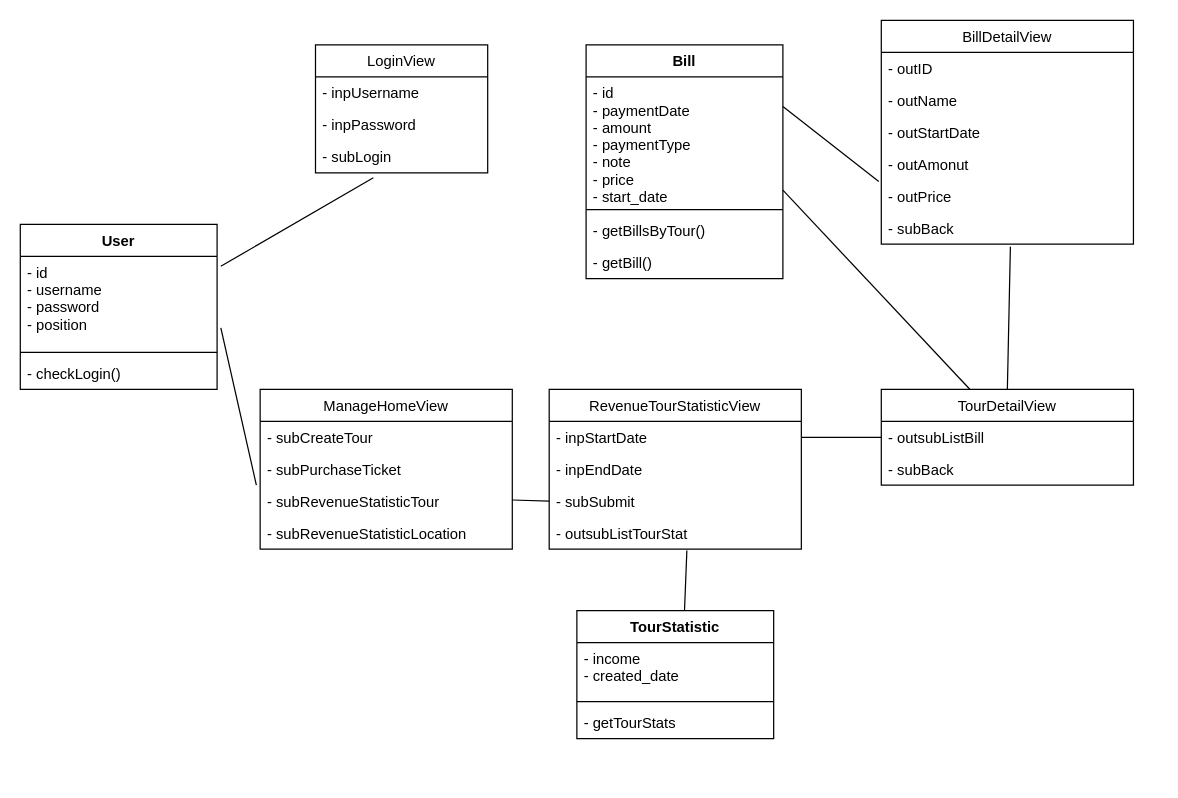
This is bieudolop.drawio from thanhlongtld/classical_software_engineering, a draw.io file, before an edit. Source tidied: cells renumbered, new cells numbered last; positions are measured from the earlier drawing's top-left corner, leaving out a move shared by most shapes. Both pictures are drawn from the tidied source at 123%, with x=0, y=0 at pixel (20, 20).
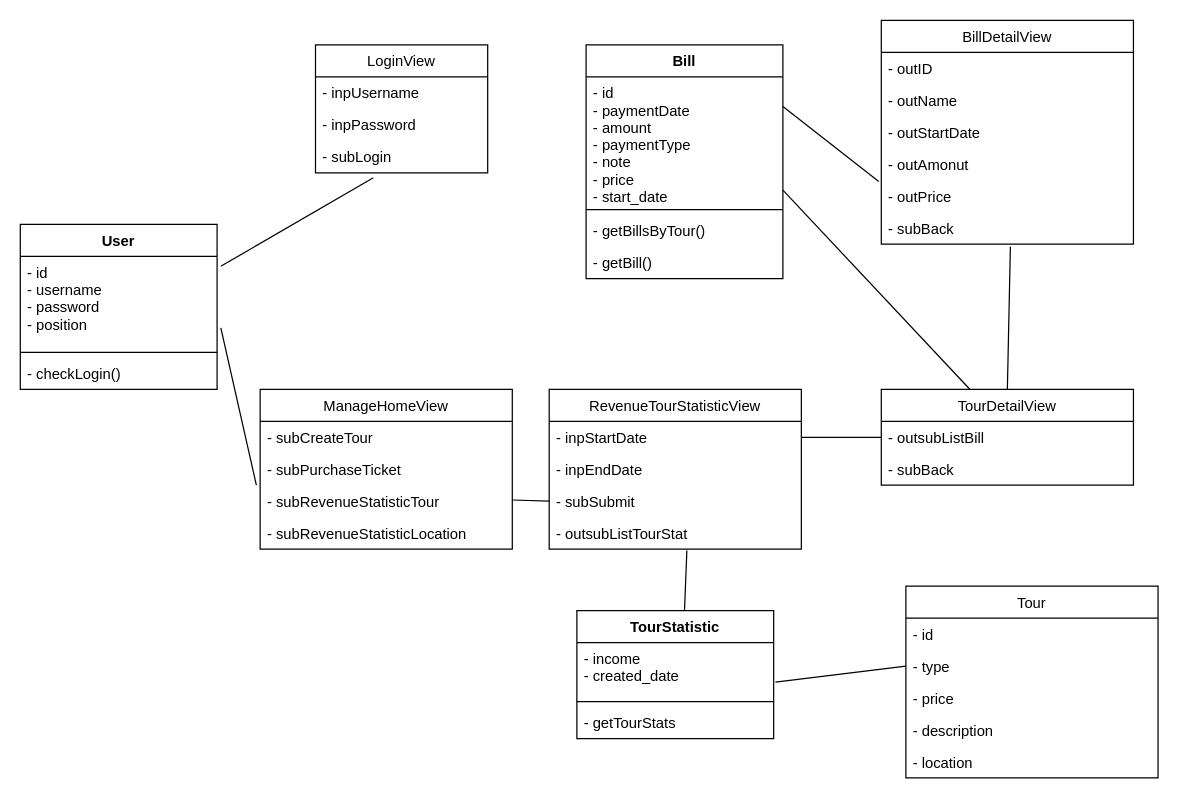
Above is the later version.

The change refers to these unchanged cells:
```xml
<mxCell id="22" value="- income&#10;- created_date" style="text;strokeColor=none;fillColor=none;align=left;verticalAlign=top;spacingLeft=4;spacingRight=4;overflow=hidden;points=[[0,0.5],[1,0.5]];portConstraint=eastwest;" parent="21" vertex="1">
  <mxGeometry y="26" width="160" height="44" as="geometry" />
</mxCell>
```

What changed in the source:
```diff
@@
+    <mxCell id="47" value="Tour" style="swimlane;fontStyle=0;horizontal=1;startSize=26;fillColor=none;" parent="1" vertex="1">
+      <mxGeometry x="720" y="460" width="205" height="156" as="geometry" />
+    </mxCell>
+    <mxCell id="48" value="- id" style="text;strokeColor=none;fillColor=none;align=left;verticalAlign=top;spacingLeft=4;spacingRight=4;overflow=hidden;" parent="47" vertex="1">
+      <mxGeometry y="26" width="205" height="26" as="geometry" />
+    </mxCell>
+    <mxCell id="49" value="- type" style="text;strokeColor=none;fillColor=none;align=left;verticalAlign=top;spacingLeft=4;spacingRight=4;overflow=hidden;points=[[0,0.5],[1,0.5]];portConstraint=eastwest;" parent="47" vertex="1">
+      <mxGeometry y="52" width="205" height="26" as="geometry" />
+    </mxCell>
+    <mxCell id="50" value="- price" style="text;strokeColor=none;fillColor=none;align=left;verticalAlign=top;spacingLeft=4;spacingRight=4;overflow=hidden;" parent="47" vertex="1">
+      <mxGeometry y="78" width="205" height="26" as="geometry" />
+    </mxCell>
+    <mxCell id="51" value="- description" style="text;strokeColor=none;fillColor=none;align=left;verticalAlign=top;spacingLeft=4;spacingRight=4;overflow=hidden;" parent="47" vertex="1">
+      <mxGeometry y="104" width="205" height="26" as="geometry" />
+    </mxCell>
+    <mxCell id="52" value="- location" style="text;strokeColor=none;fillColor=none;align=left;verticalAlign=top;spacingLeft=4;spacingRight=4;overflow=hidden;" parent="47" vertex="1">
+      <mxGeometry y="130" width="205" height="26" as="geometry" />
+    </mxCell>
+    <mxCell id="53" style="endArrow=none;html=1;entryX=0;entryY=0.5;entryDx=0;entryDy=0;exitX=1.009;exitY=0.727;exitDx=0;exitDy=0;exitPerimeter=0;" parent="1" edge="1" source="22" target="49">
+      <mxGeometry relative="1" as="geometry" />
+    </mxCell>
```
